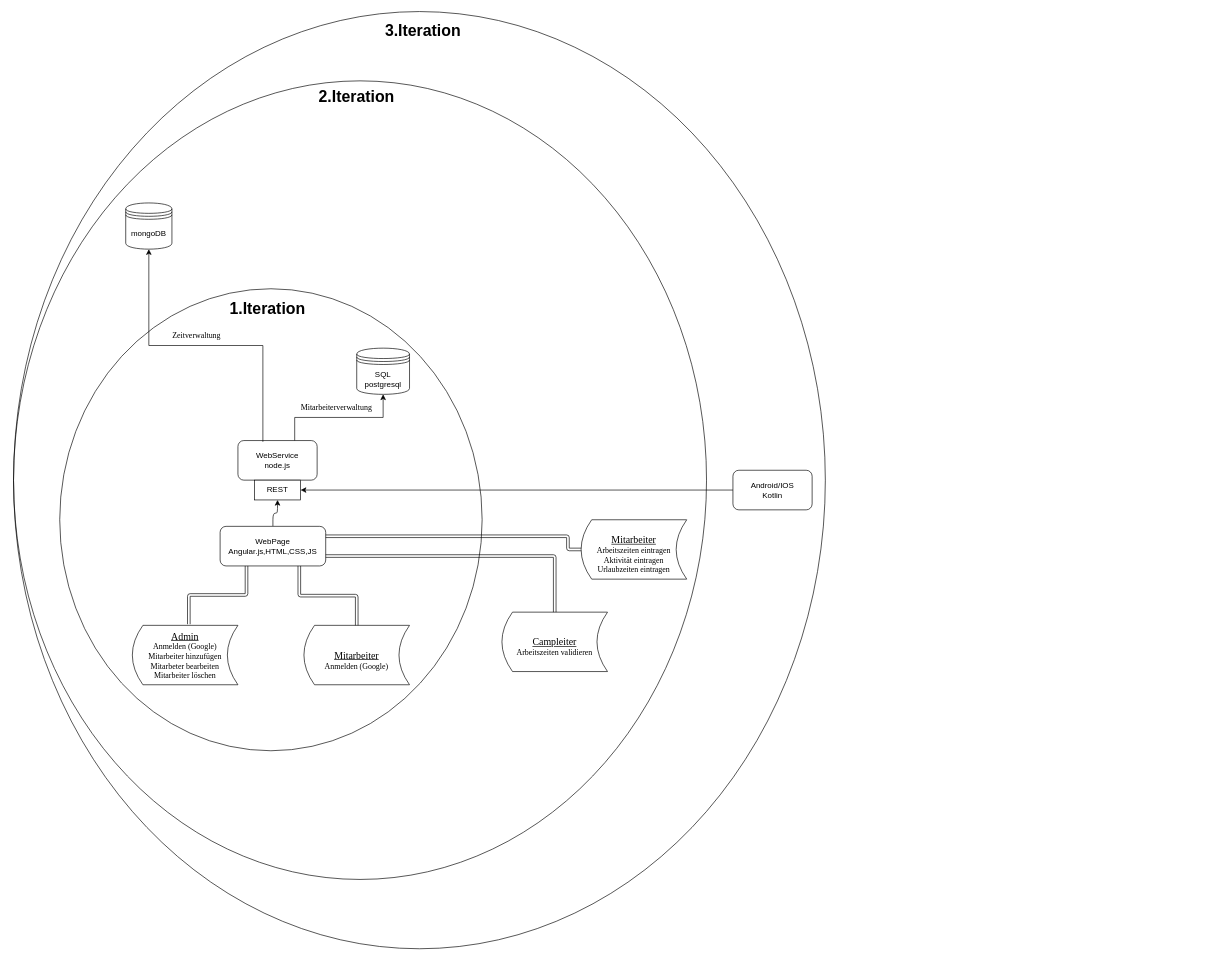
This is Projektiterationen/Neu Iteration.drawio from EderRene/Arbeitszeitverwaltung_Sportcamp_Salcher, a draw.io file, before an edit. Source tidied: cells renumbered, new cells numbered last; positions are measured from the earlier drawing's top-left corner, leaving out a move shared by most shapes. Both pictures are drawn from the tidied source at 66%, with x=0, y=0 at pixel (13, 11).
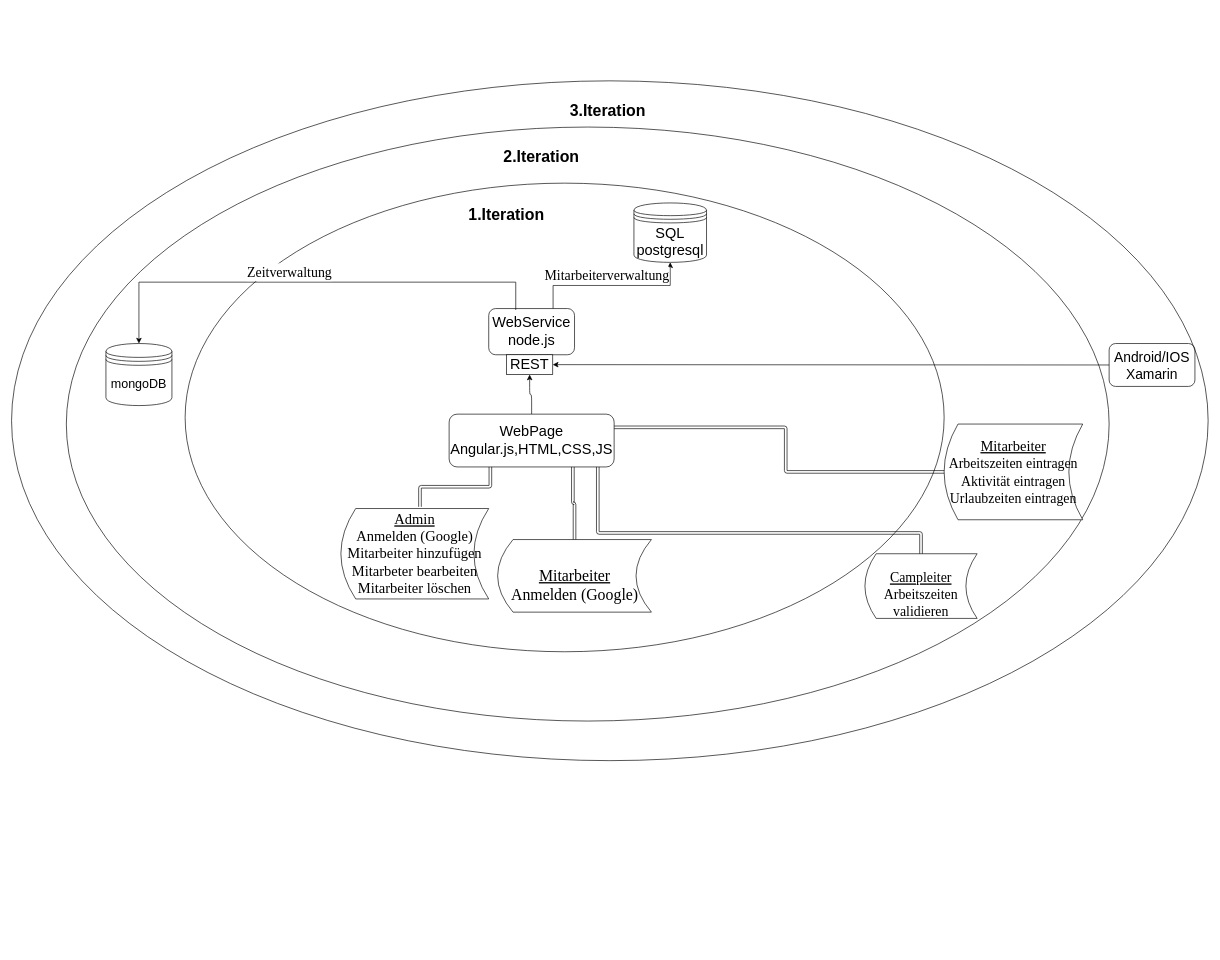
The same page after the edit.

Diff of the diagram source:
```diff
@@
+    <mxCell id="26" style="ellipse;whiteSpace=wrap;html=1;fillColor=none;fontSize=12;fontColor=#000000;" parent="1" vertex="1">
+      <mxGeometry x="-3" y="105" width="1813" height="1030" as="geometry" />
+    </mxCell>
     <mxCell id="2" style="ellipse;whiteSpace=wrap;html=1;fillColor=none;fontSize=12;fontColor=#FFFFFF;" parent="1" vertex="1">
-      <mxGeometry y="105" width="1050" height="1210" as="geometry" />
+      <mxGeometry x="80" y="175" width="1580" height="900" as="geometry" />
     </mxCell>
     <mxCell id="3" style="ellipse;whiteSpace=wrap;html=1;fillColor=none;fontSize=12;fontColor=#FFFFFF;" parent="1" vertex="1">
-      <mxGeometry x="70" y="420" width="640" height="700" as="geometry" />
+      <mxGeometry x="260" y="260" width="1150" height="710" as="geometry" />
     </mxCell>
-    <mxCell id="4" value="&lt;div&gt;SQL&lt;/div&gt;postgresql " style="shape=datastore;whiteSpace=wrap;html=1;" parent="1" vertex="1">
-      <mxGeometry x="520" y="510" width="80" height="70" as="geometry" />
+    <mxCell id="4" value="&lt;div style=&quot;font-size: 22px;&quot;&gt;SQL&lt;/div&gt;postgresql " style="shape=datastore;whiteSpace=wrap;html=1;fontSize=22;" parent="1" vertex="1">
+      <mxGeometry x="940" y="290" width="110" height="90" as="geometry" />
     </mxCell>
-    <mxCell id="5" value="&lt;div&gt;WebService&lt;/div&gt;&lt;div&gt;node.js &lt;br&gt;&lt;/div&gt;" style="rounded=1;whiteSpace=wrap;html=1;" parent="1" vertex="1">
-      <mxGeometry x="340" y="650" width="120" height="60" as="geometry" />
+    <mxCell id="5" value="&lt;div style=&quot;font-size: 22px;&quot;&gt;WebService&lt;/div&gt;&lt;div style=&quot;font-size: 22px;&quot;&gt;node.js &lt;br style=&quot;font-size: 22px;&quot;&gt;&lt;/div&gt;" style="rounded=1;whiteSpace=wrap;html=1;fontSize=22;" parent="1" vertex="1">
+      <mxGeometry x="720" y="450" width="130" height="70" as="geometry" />
     </mxCell>
-    <mxCell id="6" value="REST" style="rounded=0;whiteSpace=wrap;html=1;" parent="1" vertex="1">
-      <mxGeometry x="365" y="710" width="70" height="30" as="geometry" />
+    <mxCell id="6" value="REST" style="rounded=0;whiteSpace=wrap;html=1;fontSize=22;" parent="1" vertex="1">
+      <mxGeometry x="747" y="520" width="70" height="30" as="geometry" />
     </mxCell>
-    <mxCell id="7" style="endArrow=classic;startArrow=none;html=1;entryX=0.5;entryY=1;entryDx=0;entryDy=0;exitX=0.5;exitY=0;exitDx=0;exitDy=0;startFill=0;edgeStyle=elbowEdgeStyle;elbow=vertical;" parent="1" edge="1" source="8" target="6">
+    <mxCell id="7" style="endArrow=classic;startArrow=none;html=1;entryX=0.5;entryY=1;entryDx=0;entryDy=0;exitX=0.5;exitY=0;exitDx=0;exitDy=0;startFill=0;edgeStyle=elbowEdgeStyle;elbow=vertical;fontSize=16;" parent="1" edge="1" source="8" target="6">
       <mxGeometry relative="1" as="geometry" />
     </mxCell>
-    <mxCell id="8" value="&lt;div&gt;WebPage&lt;/div&gt;&lt;div&gt;Angular.js,HTML,CSS,JS&lt;br&gt;&lt;/div&gt;" style="rounded=1;whiteSpace=wrap;html=1;" parent="1" vertex="1">
-      <mxGeometry x="313" y="780" width="160" height="60" as="geometry" />
+    <mxCell id="8" value="&lt;div style=&quot;font-size: 22px;&quot;&gt;WebPage&lt;/div&gt;&lt;div style=&quot;font-size: 22px;&quot;&gt;Angular.js,HTML,CSS,JS&lt;br style=&quot;font-size: 22px;&quot;&gt;&lt;/div&gt;" style="rounded=1;whiteSpace=wrap;html=1;fontSize=22;" parent="1" vertex="1">
+      <mxGeometry x="660" y="610" width="250" height="80" as="geometry" />
     </mxCell>
-    <mxCell id="9" style="endArrow=classic;startArrow=none;html=1;entryX=0.5;entryY=1;entryDx=0;entryDy=0;endFill=1;startFill=0;rounded=0;edgeStyle=elbowEdgeStyle;elbow=vertical;" parent="1" edge="1" target="4">
-      <mxGeometry relative="1" as="geometry">
-        <mxPoint x="426" y="650" as="sourcePoint" />
-      </mxGeometry>
+    <mxCell id="9" style="endArrow=classic;startArrow=none;html=1;entryX=0.5;entryY=1;entryDx=0;entryDy=0;endFill=1;startFill=0;rounded=0;edgeStyle=elbowEdgeStyle;elbow=vertical;exitX=0.75;exitY=0;exitDx=0;exitDy=0;fontSize=16;" parent="1" edge="1" source="5" target="4">
+      <mxGeometry relative="1" as="geometry" />
     </mxCell>
-    <mxCell id="10" value="&lt;font style=&quot;font-size: 12px;&quot;&gt;&lt;font style=&quot;font-size: 12px;&quot; face=&quot;Times New Roman&quot;&gt;Mitarbeiterverwaltung&lt;/font&gt;&lt;br style=&quot;font-size: 12px;&quot;&gt;&lt;/font&gt;" style="text;html=1;align=center;verticalAlign=middle;labelBackgroundColor=#ffffff;rotation=0;fontSize=12;" parent="9" vertex="1">
+    <mxCell id="10" value="&lt;font style=&quot;font-size: 21px;&quot;&gt;&lt;font style=&quot;font-size: 21px;&quot; face=&quot;Times New Roman&quot;&gt;Mitarbeiterverwaltung&lt;/font&gt;&lt;br style=&quot;font-size: 21px;&quot;&gt;&lt;/font&gt;" style="text;html=1;align=center;verticalAlign=middle;labelBackgroundColor=#ffffff;rotation=0;fontSize=21;" parent="9" vertex="1">
       <mxGeometry x="-0.15" y="1" relative="1" as="geometry">
         <mxPoint x="10.5" y="-14.5" as="offset" />
       </mxGeometry>
     </mxCell>
-    <mxCell id="11" style="shape=link;html=1;startArrow=none;startFill=0;endArrow=classic;endFill=1;entryX=0.25;entryY=1;entryDx=0;entryDy=0;exitX=0.535;exitY=-0.019;exitDx=0;exitDy=0;exitPerimeter=0;edgeStyle=elbowEdgeStyle;elbow=vertical;" parent="1" edge="1" source="12" target="8">
+    <mxCell id="11" style="shape=link;html=1;startArrow=none;startFill=0;endArrow=classic;endFill=1;entryX=0.25;entryY=1;entryDx=0;entryDy=0;exitX=0.535;exitY=-0.019;exitDx=0;exitDy=0;exitPerimeter=0;edgeStyle=elbowEdgeStyle;elbow=vertical;fontSize=16;" parent="1" edge="1" source="12" target="8">
       <mxGeometry relative="1" as="geometry" />
     </mxCell>
-    <mxCell id="12" value="&lt;div align=&quot;center&quot;&gt;&lt;font size=&quot;1&quot; face=&quot;Garamond&quot;&gt;&lt;u style=&quot;font-size: 15px&quot;&gt;Admin&lt;/u&gt;&lt;/font&gt;&lt;/div&gt;&lt;div align=&quot;center&quot;&gt;&lt;font face=&quot;Garamond&quot;&gt;Anmelden (Google)&lt;u&gt;&lt;br&gt;&lt;/u&gt;&lt;/font&gt;&lt;/div&gt;&lt;div align=&quot;center&quot;&gt;&lt;font face=&quot;Garamond&quot;&gt;Mitarbeiter hinzufügen &lt;br&gt;&lt;/font&gt;&lt;/div&gt;&lt;div align=&quot;center&quot;&gt;&lt;font face=&quot;Garamond&quot;&gt;Mitarbeter bearbeiten&lt;/font&gt;&lt;/div&gt;&lt;div align=&quot;center&quot;&gt;&lt;font face=&quot;Garamond&quot;&gt;Mitarbeiter löschen&lt;br&gt;&lt;/font&gt;&lt;/div&gt;" style="shape=dataStorage;whiteSpace=wrap;html=1;align=center;" parent="1" vertex="1">
-      <mxGeometry x="180" y="930" width="160" height="90" as="geometry" />
+    <mxCell id="12" value="&lt;div style=&quot;font-size: 22px;&quot; align=&quot;center&quot;&gt;&lt;font style=&quot;font-size: 22px;&quot; face=&quot;Garamond&quot;&gt;&lt;u style=&quot;font-size: 22px;&quot;&gt;Admin&lt;/u&gt;&lt;/font&gt;&lt;/div&gt;&lt;div style=&quot;font-size: 22px;&quot; align=&quot;center&quot;&gt;&lt;font style=&quot;font-size: 22px;&quot; face=&quot;Garamond&quot;&gt;Anmelden (Google)&lt;u style=&quot;font-size: 22px;&quot;&gt;&lt;br style=&quot;font-size: 22px;&quot;&gt;&lt;/u&gt;&lt;/font&gt;&lt;/div&gt;&lt;div style=&quot;font-size: 22px;&quot; align=&quot;center&quot;&gt;&lt;font style=&quot;font-size: 22px;&quot; face=&quot;Garamond&quot;&gt;Mitarbeiter hinzufügen &lt;br style=&quot;font-size: 22px;&quot;&gt;&lt;/font&gt;&lt;/div&gt;&lt;div style=&quot;font-size: 22px;&quot; align=&quot;center&quot;&gt;&lt;font style=&quot;font-size: 22px;&quot; face=&quot;Garamond&quot;&gt;Mitarbeter bearbeiten&lt;/font&gt;&lt;/div&gt;&lt;div style=&quot;font-size: 22px;&quot; align=&quot;center&quot;&gt;&lt;font style=&quot;font-size: 22px;&quot; face=&quot;Garamond&quot;&gt;Mitarbeiter löschen&lt;br style=&quot;font-size: 22px;&quot;&gt;&lt;/font&gt;&lt;/div&gt;" style="shape=dataStorage;whiteSpace=wrap;html=1;align=center;fontSize=22;" parent="1" vertex="1">
+      <mxGeometry x="496" y="753" width="224" height="137" as="geometry" />
     </mxCell>
-    <mxCell id="13" value="&lt;div&gt;&lt;br&gt;&lt;/div&gt;&lt;div style=&quot;font-size: 15px&quot;&gt;&lt;font style=&quot;font-size: 15px&quot; face=&quot;Garamond&quot;&gt;&lt;u&gt;Mitarbeiter&lt;/u&gt;&lt;/font&gt;&lt;br&gt;&lt;/div&gt;&lt;font face=&quot;Garamond&quot;&gt;Anmelden (Google)&lt;br&gt;&lt;/font&gt;" style="shape=dataStorage;whiteSpace=wrap;html=1;align=center;" parent="1" vertex="1">
-      <mxGeometry x="440" y="930" width="160" height="90" as="geometry" />
+    <mxCell id="13" value="&lt;div style=&quot;font-size: 24px;&quot;&gt;&lt;br style=&quot;font-size: 24px;&quot;&gt;&lt;/div&gt;&lt;div style=&quot;font-size: 24px;&quot;&gt;&lt;font style=&quot;font-size: 24px;&quot; face=&quot;Garamond&quot;&gt;&lt;u style=&quot;font-size: 24px;&quot;&gt;Mitarbeiter&lt;/u&gt;&lt;/font&gt;&lt;br style=&quot;font-size: 24px;&quot;&gt;&lt;/div&gt;&lt;font style=&quot;font-size: 24px;&quot; face=&quot;Garamond&quot;&gt;Anmelden (Google)&lt;br style=&quot;font-size: 24px;&quot;&gt;&lt;/font&gt;" style="shape=dataStorage;whiteSpace=wrap;html=1;align=center;fontSize=24;" parent="1" vertex="1">
+      <mxGeometry x="733.5" y="800" width="233" height="110" as="geometry" />
     </mxCell>
-    <mxCell id="14" style="shape=link;html=1;startArrow=none;startFill=0;endArrow=classic;endFill=1;entryX=0.5;entryY=0;entryDx=0;entryDy=0;exitX=0.75;exitY=1;exitDx=0;exitDy=0;edgeStyle=elbowEdgeStyle;elbow=vertical;" parent="1" edge="1" source="8" target="13">
+    <mxCell id="14" style="shape=link;html=1;startArrow=none;startFill=0;endArrow=classic;endFill=1;entryX=0.5;entryY=0;entryDx=0;entryDy=0;exitX=0.75;exitY=1;exitDx=0;exitDy=0;edgeStyle=elbowEdgeStyle;elbow=vertical;fontSize=16;" parent="1" edge="1" source="8" target="13">
       <mxGeometry relative="1" as="geometry" />
     </mxCell>
-    <mxCell id="15" style="endArrow=classic;html=1;exitX=0.315;exitY=0.031;exitDx=0;exitDy=0;strokeColor=#000000;rounded=0;exitPerimeter=0;edgeStyle=elbowEdgeStyle;elbow=vertical;entryX=0.5;entryY=1;entryDx=0;entryDy=0;" parent="1" edge="1" source="5" target="17">
-      <mxGeometry relative="1" as="geometry" />
+    <mxCell id="15" style="endArrow=classic;html=1;exitX=0.315;exitY=0.031;exitDx=0;exitDy=0;strokeColor=#000000;rounded=0;exitPerimeter=0;edgeStyle=elbowEdgeStyle;elbow=vertical;entryX=0.5;entryY=0;entryDx=0;entryDy=0;fontSize=16;" parent="1" edge="1" source="5" target="17">
+      <mxGeometry relative="1" as="geometry">
+        <Array as="points">
+          <mxPoint x="690" y="410" />
+        </Array>
+      </mxGeometry>
     </mxCell>
-    <mxCell id="16" value="&lt;font style=&quot;font-size: 12px;&quot; face=&quot;Times New Roman&quot;&gt;Zeitverwaltung&lt;/font&gt;" style="text;html=1;align=center;verticalAlign=middle;labelBackgroundColor=#ffffff;fontSize=12;" parent="15" vertex="1">
+    <mxCell id="16" value="&lt;font style=&quot;font-size: 21px;&quot; face=&quot;Times New Roman&quot;&gt;Zeitverwaltung&lt;/font&gt;" style="text;html=1;align=center;verticalAlign=middle;labelBackgroundColor=#ffffff;fontSize=21;" parent="15" vertex="1">
       <mxGeometry x="0.15" y="-2" relative="1" as="geometry">
         <mxPoint x="20" y="-14" as="offset" />
       </mxGeometry>
     </mxCell>
-    <mxCell id="17" value="mongoDB" style="shape=datastore;whiteSpace=wrap;html=1;" parent="1" vertex="1">
-      <mxGeometry x="170" y="290" width="70" height="70" as="geometry" />
+    <mxCell id="17" value="mongoDB" style="shape=datastore;whiteSpace=wrap;html=1;fontSize=19;" parent="1" vertex="1">
+      <mxGeometry x="140" y="503" width="100" height="94" as="geometry" />
     </mxCell>
-    <mxCell id="18" value="&lt;h1&gt;1.Iteration&lt;/h1&gt;" style="text;html=1;strokeColor=none;fillColor=none;align=center;verticalAlign=middle;whiteSpace=wrap;rounded=0;fontSize=12;" parent="1" vertex="1">
-      <mxGeometry x="365" y="440" width="40" height="20" as="geometry" />
+    <mxCell id="18" value="&lt;h1 style=&quot;font-size: 24px&quot;&gt;&lt;font style=&quot;font-size: 24px&quot;&gt;1.Iteration&lt;/font&gt;&lt;/h1&gt;" style="text;html=1;strokeColor=none;fillColor=none;align=center;verticalAlign=middle;whiteSpace=wrap;rounded=0;fontSize=16;" parent="1" vertex="1">
+      <mxGeometry x="727" y="299" width="40" height="20" as="geometry" />
     </mxCell>
-    <mxCell id="19" value="&lt;div&gt;&lt;br&gt;&lt;/div&gt;&lt;div style=&quot;font-size: 15px&quot;&gt;&lt;font style=&quot;font-size: 15px&quot; face=&quot;Garamond&quot;&gt;&lt;u&gt;Mitarbeiter&lt;/u&gt;&lt;/font&gt;&lt;br&gt;&lt;/div&gt;&lt;div&gt;&lt;font face=&quot;Garamond&quot;&gt;Arbeitszeiten eintragen&lt;/font&gt;&lt;/div&gt;&lt;div&gt;&lt;font face=&quot;Garamond&quot;&gt;Aktivität eintragen&lt;/font&gt;&lt;/div&gt;&lt;div&gt;&lt;font face=&quot;Garamond&quot;&gt;Urlaubzeiten eintragen&lt;/font&gt;&lt;/div&gt;" style="shape=dataStorage;whiteSpace=wrap;html=1;align=center;" parent="1" vertex="1">
-      <mxGeometry x="860" y="770" width="160" height="90" as="geometry" />
+    <mxCell id="19" value="&lt;div style=&quot;font-size: 22px&quot;&gt;&lt;font style=&quot;font-size: 22px&quot; face=&quot;Garamond&quot;&gt;&lt;u style=&quot;font-size: 22px&quot;&gt;Mitarbeiter&lt;/u&gt;&lt;/font&gt;&lt;br style=&quot;font-size: 22px&quot;&gt;&lt;/div&gt;&lt;div style=&quot;font-size: 22px&quot;&gt;&lt;font style=&quot;font-size: 21px&quot; face=&quot;Garamond&quot;&gt;Arbeitszeiten eintragen&lt;/font&gt;&lt;/div&gt;&lt;div style=&quot;font-size: 22px&quot;&gt;&lt;font style=&quot;font-size: 21px&quot; face=&quot;Garamond&quot;&gt;Aktivität eintragen&lt;/font&gt;&lt;/div&gt;&lt;div style=&quot;font-size: 22px&quot;&gt;&lt;font style=&quot;font-size: 21px&quot; face=&quot;Garamond&quot;&gt;Urlaubzeiten eintragen&lt;/font&gt;&lt;/div&gt;" style="shape=dataStorage;whiteSpace=wrap;html=1;align=center;fontSize=22;" parent="1" vertex="1">
+      <mxGeometry x="1410" y="625" width="210" height="145" as="geometry" />
     </mxCell>
-    <mxCell id="20" value="&lt;div&gt;&lt;br&gt;&lt;/div&gt;&lt;div style=&quot;font-size: 15px&quot;&gt;&lt;font style=&quot;font-size: 15px&quot; face=&quot;Garamond&quot;&gt;&lt;u&gt;Campleiter&lt;/u&gt;&lt;/font&gt;&lt;br&gt;&lt;/div&gt;&lt;div&gt;&lt;font face=&quot;Garamond&quot;&gt;Arbeitszeiten validieren&lt;br&gt;&lt;/font&gt;&lt;/div&gt;" style="shape=dataStorage;whiteSpace=wrap;html=1;align=center;" parent="1" vertex="1">
-      <mxGeometry x="740" y="910" width="160" height="90" as="geometry" />
+    <mxCell id="20" value="&lt;div style=&quot;font-size: 21px;&quot;&gt;&lt;br style=&quot;font-size: 21px;&quot;&gt;&lt;/div&gt;&lt;div style=&quot;font-size: 21px;&quot;&gt;&lt;font style=&quot;font-size: 21px;&quot; face=&quot;Garamond&quot;&gt;&lt;u style=&quot;font-size: 21px;&quot;&gt;Campleiter&lt;/u&gt;&lt;/font&gt;&lt;br style=&quot;font-size: 21px;&quot;&gt;&lt;/div&gt;&lt;div style=&quot;font-size: 21px;&quot;&gt;&lt;font style=&quot;font-size: 21px;&quot; face=&quot;Garamond&quot;&gt;Arbeitszeiten validieren&lt;br style=&quot;font-size: 21px;&quot;&gt;&lt;/font&gt;&lt;/div&gt;" style="shape=dataStorage;whiteSpace=wrap;html=1;align=center;fontSize=21;" parent="1" vertex="1">
+      <mxGeometry x="1290" y="821.5" width="170" height="98" as="geometry" />
     </mxCell>
-    <mxCell id="21" style="shape=link;html=1;startArrow=none;startFill=0;endArrow=classic;endFill=1;strokeColor=#000000;fontSize=12;fontColor=#FFFFFF;exitX=1;exitY=0.25;exitDx=0;exitDy=0;entryX=0;entryY=0.5;entryDx=0;entryDy=0;edgeStyle=elbowEdgeStyle;" parent="1" edge="1" source="8" target="19">
+    <mxCell id="21" style="shape=link;html=1;startArrow=none;startFill=0;endArrow=classic;endFill=1;strokeColor=#000000;fontSize=16;fontColor=#FFFFFF;exitX=1;exitY=0.25;exitDx=0;exitDy=0;entryX=0;entryY=0.5;entryDx=0;entryDy=0;edgeStyle=elbowEdgeStyle;" parent="1" edge="1" source="8" target="19">
       <mxGeometry relative="1" as="geometry">
         <Array as="points">
+          <mxPoint x="1170" y="725" />
+          <mxPoint x="640" y="755" />
           <mxPoint x="840" y="795" />
         </Array>
       </mxGeometry>
     </mxCell>
-    <mxCell id="22" style="shape=link;html=1;startArrow=none;startFill=0;endArrow=classic;endFill=1;strokeColor=#000000;fontSize=12;fontColor=#FFFFFF;entryX=1;entryY=0.75;entryDx=0;entryDy=0;edgeStyle=elbowEdgeStyle;elbow=vertical;" parent="1" edge="1" source="20" target="8">
+    <mxCell id="22" style="shape=link;html=1;startArrow=none;startFill=0;endArrow=classic;endFill=1;strokeColor=#000000;fontSize=16;fontColor=#FFFFFF;entryX=0.901;entryY=1;entryDx=0;entryDy=0;edgeStyle=elbowEdgeStyle;elbow=vertical;entryPerimeter=0;" parent="1" edge="1" source="20" target="8">
       <mxGeometry relative="1" as="geometry">
         <Array as="points">
+          <mxPoint x="980" y="790" />
+          <mxPoint x="660" y="820" />
+          <mxPoint x="510" y="793" />
           <mxPoint x="490" y="825" />
           <mxPoint x="630" y="840" />
         </Array>
       </mxGeometry>
     </mxCell>
     <mxCell id="23" value="&lt;h1&gt;2.Iteration&lt;/h1&gt;" style="text;html=1;strokeColor=none;fillColor=none;align=center;verticalAlign=middle;whiteSpace=wrap;rounded=0;fontSize=12;fontColor=#000000;" parent="1" vertex="1">
-      <mxGeometry x="500" y="120" width="40" height="20" as="geometry" />
+      <mxGeometry x="780" y="210" width="40" height="20" as="geometry" />
     </mxCell>
-    <mxCell id="24" style="endArrow=classic;html=1;strokeColor=#000000;fontSize=12;fontColor=#000000;entryX=1;entryY=0.5;entryDx=0;entryDy=0;exitX=0;exitY=0.5;exitDx=0;exitDy=0;" parent="1" edge="1" source="25" target="6">
+    <mxCell id="24" style="endArrow=classic;html=1;strokeColor=#000000;fontSize=16;fontColor=#000000;entryX=1;entryY=0.5;entryDx=0;entryDy=0;exitX=0;exitY=0.5;exitDx=0;exitDy=0;" parent="1" edge="1" source="25" target="6">
       <mxGeometry relative="1" as="geometry" />
     </mxCell>
-    <mxCell id="25" value="&lt;div&gt;Android/IOS&lt;/div&gt;&lt;div&gt;Kotlin&lt;/div&gt;" style="rounded=1;whiteSpace=wrap;html=1;fillColor=none;fontSize=12;fontColor=#000000;" parent="1" vertex="1">
-      <mxGeometry x="1090" y="695" width="120" height="60" as="geometry" />
+    <mxCell id="25" value="&lt;div style=&quot;font-size: 21px;&quot;&gt;Android/IOS&lt;/div&gt;&lt;div style=&quot;font-size: 21px;&quot;&gt;Xamarin&lt;br style=&quot;font-size: 21px;&quot;&gt;&lt;/div&gt;" style="rounded=1;whiteSpace=wrap;html=1;fillColor=none;fontSize=21;fontColor=#000000;" parent="1" vertex="1">
+      <mxGeometry x="1660" y="503" width="130" height="65" as="geometry" />
     </mxCell>
-    <mxCell id="26" style="ellipse;whiteSpace=wrap;html=1;fillColor=none;fontSize=12;fontColor=#000000;" parent="1" vertex="1">
-      <mxGeometry width="1230" height="1420" as="geometry" />
-    </mxCell>
     <mxCell id="27" value="3.Iteration" style="text;strokeColor=none;fillColor=none;html=1;fontSize=24;fontStyle=1;verticalAlign=middle;align=center;" parent="1" vertex="1">
-      <mxGeometry x="570" y="10" width="100" height="40" as="geometry" />
+      <mxGeometry x="850" y="130" width="100" height="40" as="geometry" />
     </mxCell>
```
